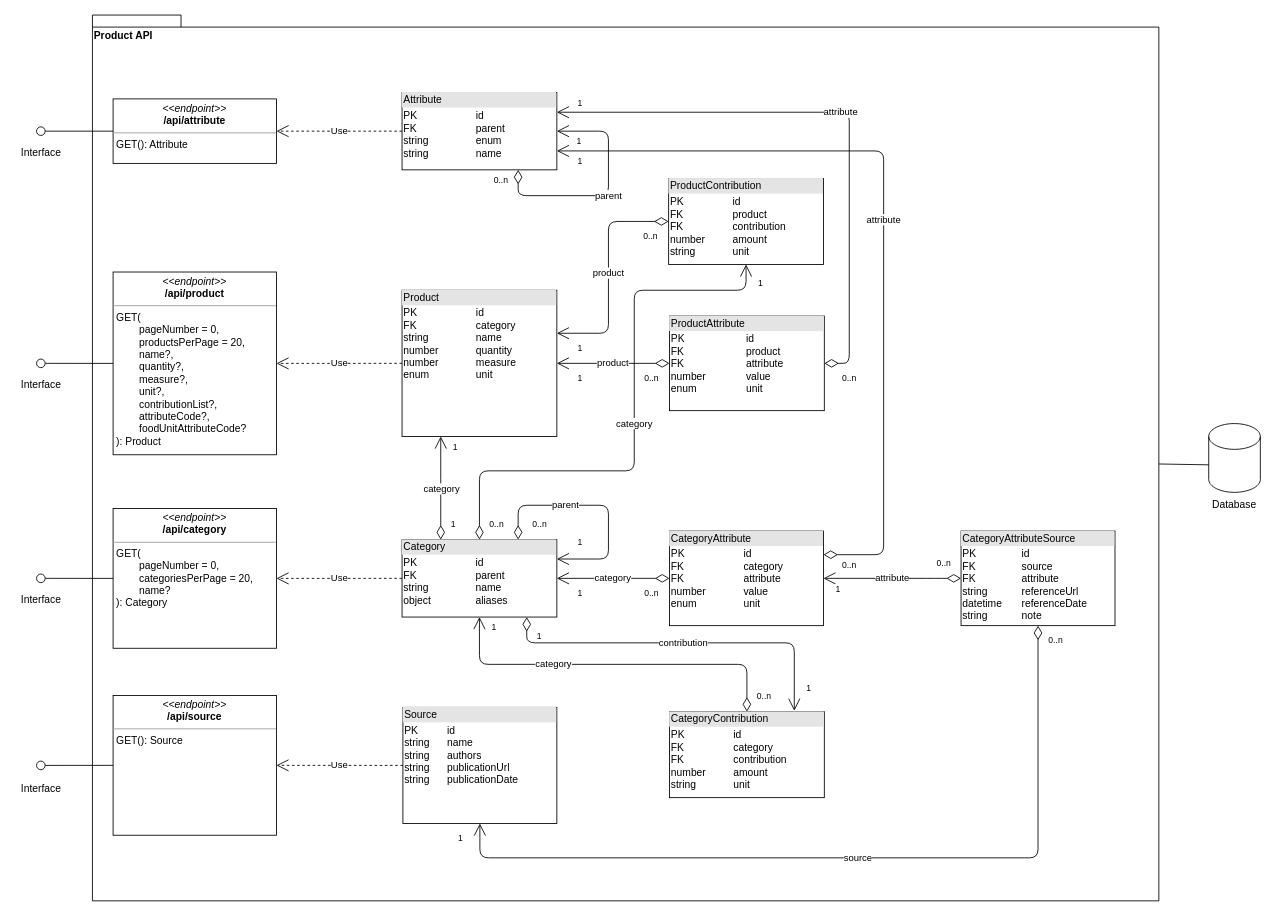
torava/pim-api keeps this draw.io diagram as doc/bk_product_api_data_model.drawio. Above is the earlier version. Source tidied: cells renumbered, new cells numbered last; positions are measured from the earlier drawing's top-left corner, leaving out a move shared by most shapes. Both pictures are drawn from the tidied source at 86%, with x=0, y=0 at pixel (15, 15).
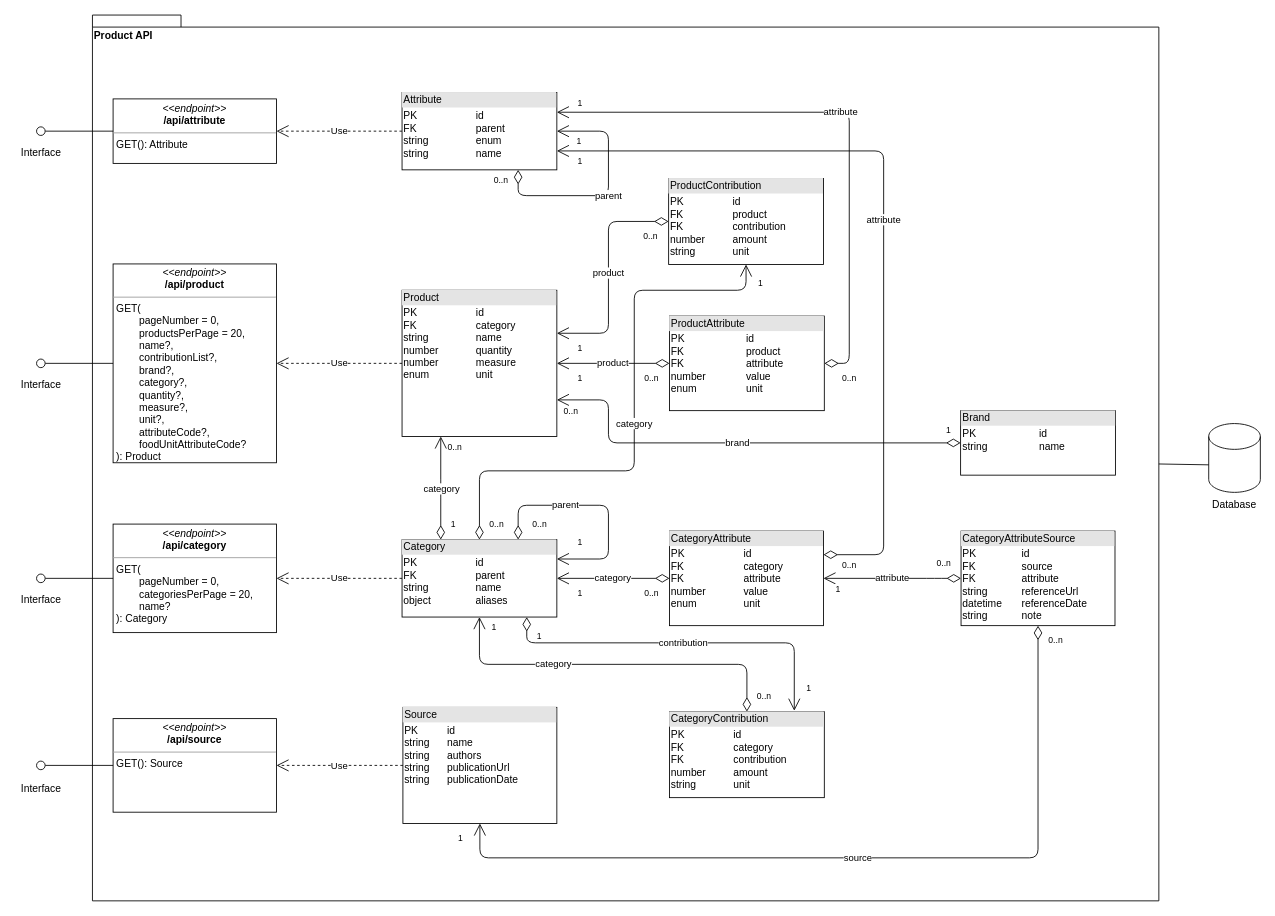
After the change.

Commit message (it also covers changes not shown here):
Added parameters and brand table

The change refers to these unchanged cells:
```xml
<mxCell id="3" value="&lt;div style=&quot;box-sizing: border-box ; width: 100% ; background: #e4e4e4 ; padding: 2px&quot;&gt;Product&lt;/div&gt;&lt;table style=&quot;width: 100% ; font-size: 1em&quot; cellpadding=&quot;2&quot; cellspacing=&quot;0&quot;&gt;&lt;tbody&gt;&lt;tr&gt;&lt;td&gt;PK&lt;br&gt;FK&lt;br&gt;string&lt;br&gt;number&lt;br&gt;number&lt;br&gt;enum&lt;/td&gt;&lt;td&gt;id&lt;br&gt;category&lt;br&gt;name&lt;br&gt;quantity&lt;br&gt;measure&lt;br&gt;unit&lt;br&gt;&lt;/td&gt;&lt;/tr&gt;&lt;/tbody&gt;&lt;/table&gt;" style="verticalAlign=top;align=left;overflow=fill;html=1;" parent="1" vertex="1">
  <mxGeometry x="450" y="320" width="180" height="170" as="geometry" />
</mxCell>
<mxCell id="16" value="category" style="endArrow=open;html=1;endSize=12;startArrow=diamondThin;startSize=14;startFill=0;edgeStyle=orthogonalEdgeStyle;exitX=0.25;exitY=0;exitDx=0;exitDy=0;" parent="1" edge="1" source="15">
  <mxGeometry relative="1" as="geometry">
    <mxPoint x="495" y="490" as="targetPoint" />
  </mxGeometry>
</mxCell>
```

The edit, as a diff of the source:
```diff
@@
-    <mxCell id="18" value="1" style="html=1;align=right;verticalAlign=top;labelBackgroundColor=#ffffff;fontSize=10;" parent="16" vertex="1">
+    <mxCell id="18" value="0..n" style="html=1;align=right;verticalAlign=top;labelBackgroundColor=#ffffff;fontSize=10;" parent="16" vertex="1">
       <mxGeometry x="1" relative="1" as="geometry">
-        <mxPoint x="20" as="offset" />
+        <mxPoint x="25" as="offset" />
       </mxGeometry>
     </mxCell>
@@
-    <mxCell id="44" value="&lt;p style=&quot;margin: 0px ; margin-top: 4px ; text-align: center&quot;&gt;&lt;i&gt;&amp;lt;&amp;lt;endpoint&amp;gt;&amp;gt;&lt;/i&gt;&lt;br&gt;&lt;b&gt;/api/product&lt;/b&gt;&lt;/p&gt;&lt;hr size=&quot;1&quot;&gt;&lt;p style=&quot;margin: 0px ; margin-left: 4px&quot;&gt;GET(&lt;br&gt;&lt;/p&gt;&lt;p style=&quot;margin: 0px ; margin-left: 4px&quot;&gt;&lt;span style=&quot;white-space: pre&quot;&gt;&#9;&lt;/span&gt;pageNumber = 0,&lt;br&gt;&lt;/p&gt;&lt;p style=&quot;margin: 0px ; margin-left: 4px&quot;&gt;&lt;span style=&quot;white-space: pre&quot;&gt;&#9;&lt;/span&gt;productsPerPage = 20,&lt;br&gt;&lt;/p&gt;&lt;p style=&quot;margin: 0px ; margin-left: 4px&quot;&gt;&lt;span style=&quot;white-space: pre&quot;&gt;&#9;&lt;/span&gt;name?,&lt;br&gt;&lt;/p&gt;&lt;p style=&quot;margin: 0px ; margin-left: 4px&quot;&gt;&lt;span style=&quot;white-space: pre&quot;&gt;&#9;&lt;/span&gt;quantity?,&lt;br&gt;&lt;/p&gt;&lt;p style=&quot;margin: 0px ; margin-left: 4px&quot;&gt;&lt;span style=&quot;white-space: pre&quot;&gt;&#9;&lt;/span&gt;measure?,&lt;br&gt;&lt;/p&gt;&lt;p style=&quot;margin: 0px ; margin-left: 4px&quot;&gt;&lt;span style=&quot;white-space: pre&quot;&gt;&#9;&lt;/span&gt;unit?,&lt;br&gt;&lt;/p&gt;&lt;p style=&quot;margin: 0px ; margin-left: 4px&quot;&gt;&lt;span style=&quot;white-space: pre&quot;&gt;&#9;&lt;/span&gt;contributionList?,&lt;br&gt;&lt;/p&gt;&lt;p style=&quot;margin: 0px ; margin-left: 4px&quot;&gt;&lt;span style=&quot;white-space: pre&quot;&gt;&#9;&lt;/span&gt;attributeCode?,&lt;br&gt;&lt;/p&gt;&lt;p style=&quot;margin: 0px ; margin-left: 4px&quot;&gt;&lt;span style=&quot;white-space: pre&quot;&gt;&#9;&lt;/span&gt;foodUnitAttributeCode?&lt;br&gt;&lt;/p&gt;&lt;p style=&quot;margin: 0px ; margin-left: 4px&quot;&gt;): Product&lt;/p&gt;" style="verticalAlign=top;align=left;overflow=fill;fontSize=12;fontFamily=Helvetica;html=1;" parent="1" vertex="1">
-      <mxGeometry x="114" y="298.8" width="190" height="212.5" as="geometry" />
+    <mxCell id="44" value="&lt;p style=&quot;margin: 0px ; margin-top: 4px ; text-align: center&quot;&gt;&lt;i&gt;&amp;lt;&amp;lt;endpoint&amp;gt;&amp;gt;&lt;/i&gt;&lt;br&gt;&lt;b&gt;/api/product&lt;/b&gt;&lt;/p&gt;&lt;hr size=&quot;1&quot;&gt;&lt;p style=&quot;margin: 0px ; margin-left: 4px&quot;&gt;GET(&lt;br&gt;&lt;/p&gt;&lt;p style=&quot;margin: 0px ; margin-left: 4px&quot;&gt;&lt;span style=&quot;white-space: pre&quot;&gt;&#9;&lt;/span&gt;pageNumber = 0,&lt;br&gt;&lt;/p&gt;&lt;p style=&quot;margin: 0px ; margin-left: 4px&quot;&gt;&lt;span style=&quot;white-space: pre&quot;&gt;&#9;&lt;/span&gt;productsPerPage = 20,&lt;br&gt;&lt;/p&gt;&lt;p style=&quot;margin: 0px ; margin-left: 4px&quot;&gt;&lt;span style=&quot;white-space: pre&quot;&gt;&#9;&lt;/span&gt;name?,&lt;br&gt;&lt;/p&gt;&lt;p style=&quot;margin: 0px ; margin-left: 4px&quot;&gt;&lt;span style=&quot;white-space: pre&quot;&gt;&#9;&lt;/span&gt;contributionList?,&lt;br&gt;&lt;/p&gt;&lt;p style=&quot;margin: 0px ; margin-left: 4px&quot;&gt;&lt;span style=&quot;white-space: pre&quot;&gt;&#9;&lt;/span&gt;brand?,&lt;br&gt;&lt;/p&gt;&lt;p style=&quot;margin: 0px ; margin-left: 4px&quot;&gt;&lt;span style=&quot;white-space: pre&quot;&gt;&#9;&lt;/span&gt;category?,&lt;br&gt;&lt;/p&gt;&lt;p style=&quot;margin: 0px ; margin-left: 4px&quot;&gt;&lt;span style=&quot;white-space: pre&quot;&gt;&#9;&lt;/span&gt;quantity?,&lt;br&gt;&lt;/p&gt;&lt;p style=&quot;margin: 0px ; margin-left: 4px&quot;&gt;&lt;span style=&quot;white-space: pre&quot;&gt;&#9;&lt;/span&gt;measure?,&lt;br&gt;&lt;/p&gt;&lt;p style=&quot;margin: 0px ; margin-left: 4px&quot;&gt;&lt;span style=&quot;white-space: pre&quot;&gt;&#9;&lt;/span&gt;unit?,&lt;/p&gt;&lt;p style=&quot;margin: 0px ; margin-left: 4px&quot;&gt;&lt;span style=&quot;white-space: pre&quot;&gt;&#9;&lt;/span&gt;attributeCode?,&lt;br&gt;&lt;/p&gt;&lt;p style=&quot;margin: 0px ; margin-left: 4px&quot;&gt;&lt;span style=&quot;white-space: pre&quot;&gt;&#9;&lt;/span&gt;foodUnitAttributeCode?&lt;br&gt;&lt;/p&gt;&lt;p style=&quot;margin: 0px ; margin-left: 4px&quot;&gt;): Product&lt;/p&gt;" style="verticalAlign=top;align=left;overflow=fill;fontSize=12;fontFamily=Helvetica;html=1;" parent="1" vertex="1">
+      <mxGeometry x="114" y="289.4" width="190" height="231.2" as="geometry" />
     </mxCell>
@@
     <mxCell id="58" value="&lt;p style=&quot;margin: 0px ; margin-top: 4px ; text-align: center&quot;&gt;&lt;i&gt;&amp;lt;&amp;lt;endpoint&amp;gt;&amp;gt;&lt;/i&gt;&lt;br&gt;&lt;b&gt;/api/category&lt;/b&gt;&lt;/p&gt;&lt;hr size=&quot;1&quot;&gt;&lt;p style=&quot;margin: 0px ; margin-left: 4px&quot;&gt;G&lt;span&gt;ET(&lt;/span&gt;&lt;/p&gt;&lt;p style=&quot;margin: 0px 0px 0px 4px&quot;&gt;&lt;span&gt;&#9;&lt;/span&gt;&lt;span style=&quot;white-space: pre&quot;&gt;&#9;&lt;/span&gt;pageNumber = 0,&lt;br&gt;&lt;/p&gt;&lt;p style=&quot;margin: 0px 0px 0px 4px&quot;&gt;&lt;span style=&quot;white-space: pre&quot;&gt;&#9;&lt;/span&gt;categoriesPerPage = 20,&lt;br&gt;&lt;/p&gt;&lt;p style=&quot;margin: 0px 0px 0px 4px&quot;&gt;&lt;span&gt;&#9;&lt;/span&gt;&lt;span style=&quot;white-space: pre&quot;&gt;&#9;&lt;/span&gt;name?&lt;/p&gt;&lt;p style=&quot;margin: 0px 0px 0px 4px&quot;&gt;): Category&lt;/p&gt;" style="verticalAlign=top;align=left;overflow=fill;fontSize=12;fontFamily=Helvetica;html=1;" parent="1" vertex="1">
-      <mxGeometry x="114" y="573.8" width="190" height="162.5" as="geometry" />
+      <mxGeometry x="114" y="591.9" width="190" height="126.2" as="geometry" />
     </mxCell>
@@
     <mxCell id="60" value="&lt;p style=&quot;margin: 0px ; margin-top: 4px ; text-align: center&quot;&gt;&lt;i&gt;&amp;lt;&amp;lt;endpoint&amp;gt;&amp;gt;&lt;/i&gt;&lt;br&gt;&lt;b&gt;/api/source&lt;/b&gt;&lt;/p&gt;&lt;hr size=&quot;1&quot;&gt;&lt;p style=&quot;margin: 0px ; margin-left: 4px&quot;&gt;G&lt;span&gt;ET(&lt;/span&gt;&lt;span&gt;): Source&lt;/span&gt;&lt;/p&gt;" style="verticalAlign=top;align=left;overflow=fill;fontSize=12;fontFamily=Helvetica;html=1;" parent="1" vertex="1">
-      <mxGeometry x="114" y="791.2" width="190" height="162.5" as="geometry" />
+      <mxGeometry x="114" y="818.1" width="190" height="108.8" as="geometry" />
     </mxCell>
@@
+    <mxCell id="74" value="&lt;div style=&quot;box-sizing: border-box ; width: 100% ; background: #e4e4e4 ; padding: 2px&quot;&gt;Brand&lt;/div&gt;&lt;table style=&quot;width: 100% ; font-size: 1em&quot; cellpadding=&quot;2&quot; cellspacing=&quot;0&quot;&gt;&lt;tbody&gt;&lt;tr&gt;&lt;td&gt;PK&lt;br&gt;string&lt;/td&gt;&lt;td&gt;id&lt;br&gt;name&lt;br&gt;&lt;/td&gt;&lt;/tr&gt;&lt;/tbody&gt;&lt;/table&gt;" style="verticalAlign=top;align=left;overflow=fill;html=1;" parent="1" vertex="1">
+      <mxGeometry x="1099.5" y="460" width="180" height="75" as="geometry" />
+    </mxCell>
+    <mxCell id="75" value="brand" style="endArrow=open;html=1;endSize=12;startArrow=diamondThin;startSize=14;startFill=0;edgeStyle=orthogonalEdgeStyle;exitX=0;exitY=0.5;exitDx=0;exitDy=0;entryX=1;entryY=0.75;entryDx=0;entryDy=0;" parent="1" edge="1" source="74" target="3">
+      <mxGeometry relative="1" as="geometry">
+        <Array as="points">
+          <mxPoint x="690" y="497" />
+          <mxPoint x="690" y="447" />
+        </Array>
+      </mxGeometry>
+    </mxCell>
+    <mxCell id="76" value="1" style="html=1;align=left;verticalAlign=top;labelBackgroundColor=#ffffff;fontSize=10;" parent="75" vertex="1">
+      <mxGeometry x="-1" relative="1" as="geometry">
+        <mxPoint x="-19" y="-27" as="offset" />
+      </mxGeometry>
+    </mxCell>
+    <mxCell id="77" value="0..n" style="html=1;align=right;verticalAlign=top;labelBackgroundColor=#ffffff;fontSize=10;" parent="75" vertex="1">
+      <mxGeometry x="1" relative="1" as="geometry">
+        <mxPoint x="25" as="offset" />
+      </mxGeometry>
+    </mxCell>
```
